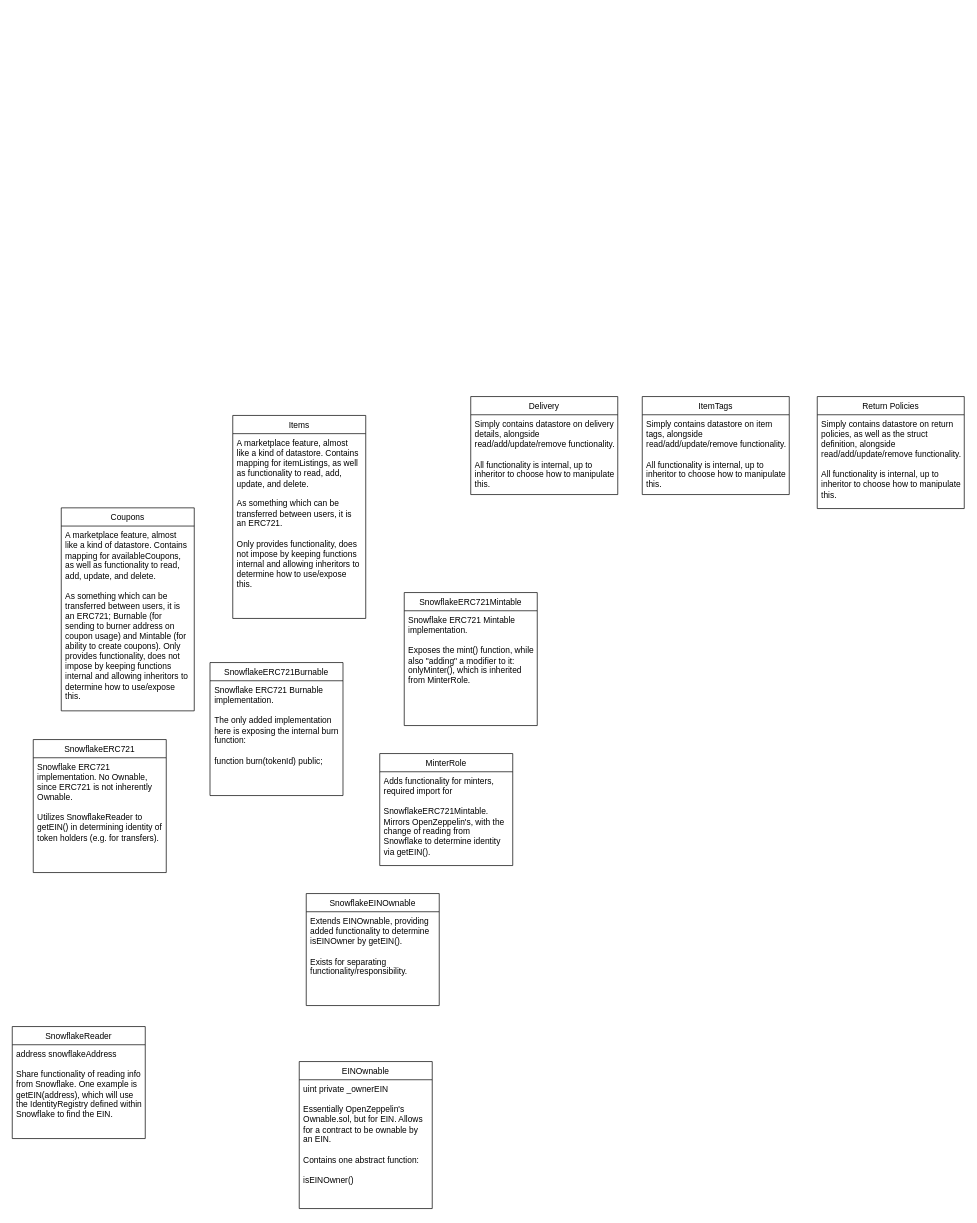
Luiserebii/HydroSnowflake-Marketplace-Coupons keeps this draw.io diagram as docs/Snowflake Coupon Marketplace - Hydro Bounty.drawio. Above is the earlier version. Source tidied: cells renumbered, new cells numbered last; positions are measured from the earlier drawing's top-left corner, leaving out a move shared by most shapes. Both pictures are drawn from the tidied source at 70%, with x=0, y=0 at pixel (12, 396).
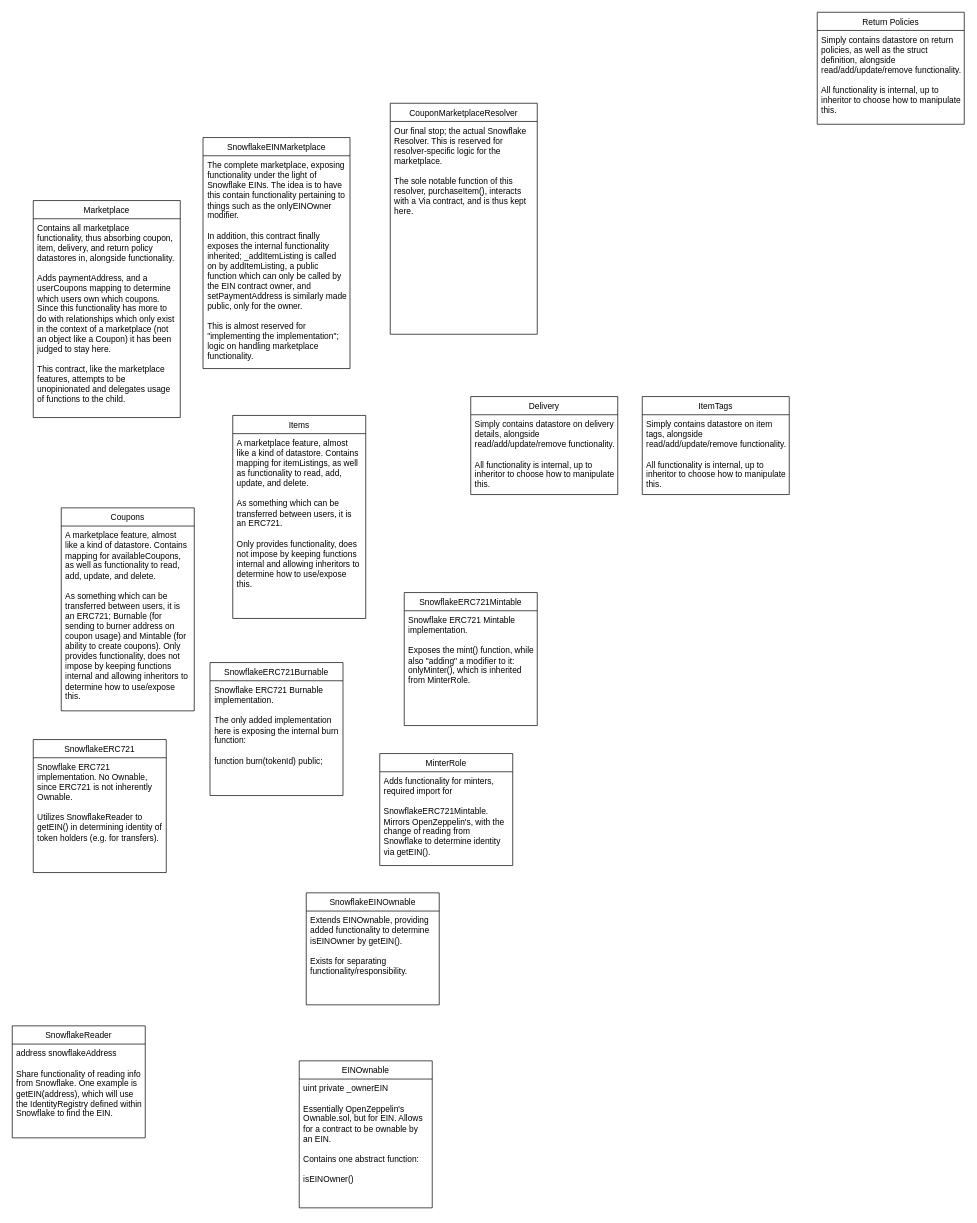
After the change.

Commit message:
Added all contracts and text descriptions; need to add UML inheritance tree relations next

The edit, as a diff of the source:
```diff
@@
     <mxCell id="2" value="SnowflakeReader" style="swimlane;fontStyle=0;horizontal=1;startSize=26;fillColor=none;" parent="1" vertex="1">
-      <mxGeometry y="900" width="190" height="160" as="geometry" />
+      <mxGeometry y="899" width="190" height="160" as="geometry" />
     </mxCell>
@@
     <mxCell id="4" value="EINOwnable" style="swimlane;fontStyle=0;horizontal=1;startSize=26;fillColor=none;" parent="1" vertex="1">
-      <mxGeometry x="410" y="950" width="190" height="210" as="geometry" />
+      <mxGeometry x="410" y="949" width="190" height="210" as="geometry" />
     </mxCell>
@@
     <mxCell id="6" value="SnowflakeEINOwnable" style="swimlane;fontStyle=0;horizontal=1;startSize=26;fillColor=none;" parent="1" vertex="1">
-      <mxGeometry x="420" y="710" width="190" height="160" as="geometry" />
+      <mxGeometry x="420" y="709" width="190" height="160" as="geometry" />
     </mxCell>
@@
     <mxCell id="24" value="Return Policies" style="swimlane;fontStyle=0;horizontal=1;startSize=26;fillColor=none;" parent="1" vertex="1">
-      <mxGeometry x="1150" width="210" height="160" as="geometry" />
+      <mxGeometry x="1150" y="-549" width="210" height="160" as="geometry" />
     </mxCell>
@@
+    <mxCell id="26" value="Marketplace" style="swimlane;fontStyle=0;horizontal=1;startSize=26;fillColor=none;" parent="1" vertex="1">
+      <mxGeometry x="30" y="-280" width="210" height="310" as="geometry" />
+    </mxCell>
+    <mxCell id="27" value="Contains all marketplace functionality, thus absorbing coupon, item, delivery, and return policy datastores in, alongside functionality.&#10;&#10;Adds paymentAddress, and a userCoupons mapping to determine which users own which coupons. Since this functionality has more to do with relationships which only exist in the context of a marketplace (not an object like a Coupon) it has been judged to stay here. &#10;&#10;This contract, like the marketplace features, attempts to be unopinionated and delegates usage of functions to the child." style="text;strokeColor=none;fillColor=none;align=left;verticalAlign=top;spacingLeft=4;spacingRight=4;overflow=hidden;whiteSpace=wrap;" parent="26" vertex="1">
+      <mxGeometry y="26" width="210" height="284" as="geometry" />
+    </mxCell>
+    <mxCell id="28" value="SnowflakeEINMarketplace" style="swimlane;fontStyle=0;horizontal=1;startSize=26;fillColor=none;" parent="1" vertex="1">
+      <mxGeometry x="272.5" y="-370" width="210" height="330" as="geometry" />
+    </mxCell>
+    <mxCell id="29" value="The complete marketplace, exposing functionality under the light of Snowflake EINs. The idea is to have this contain functionality pertaining to things such as the onlyEINOwner modifier.&#10;&#10;In addition, this contract finally exposes the internal functionality inherited; _addItemListing is called on by addItemListing, a public function which can only be called by the EIN contract owner, and setPaymentAddress is similarly made public, only for the owner. &#10;&#10;This is almost reserved for &quot;implementing the implementation&quot;; logic on handling marketplace functionality." style="text;strokeColor=none;fillColor=none;align=left;verticalAlign=top;spacingLeft=4;spacingRight=4;overflow=hidden;whiteSpace=wrap;" parent="28" vertex="1">
+      <mxGeometry y="26" width="210" height="304" as="geometry" />
+    </mxCell>
+    <mxCell id="30" value="CouponMarketplaceResolver" style="swimlane;fontStyle=0;horizontal=1;startSize=26;fillColor=none;" parent="1" vertex="1">
+      <mxGeometry x="540" y="-419" width="210" height="330" as="geometry" />
+    </mxCell>
+    <mxCell id="31" value="Our final stop; the actual Snowflake Resolver. This is reserved for resolver-specific logic for the marketplace. &#10;&#10;The sole notable function of this resolver, purchaseItem(), interacts with a Via contract, and is thus kept here." style="text;strokeColor=none;fillColor=none;align=left;verticalAlign=top;spacingLeft=4;spacingRight=4;overflow=hidden;whiteSpace=wrap;" parent="30" vertex="1">
+      <mxGeometry y="26" width="210" height="304" as="geometry" />
+    </mxCell>
```
